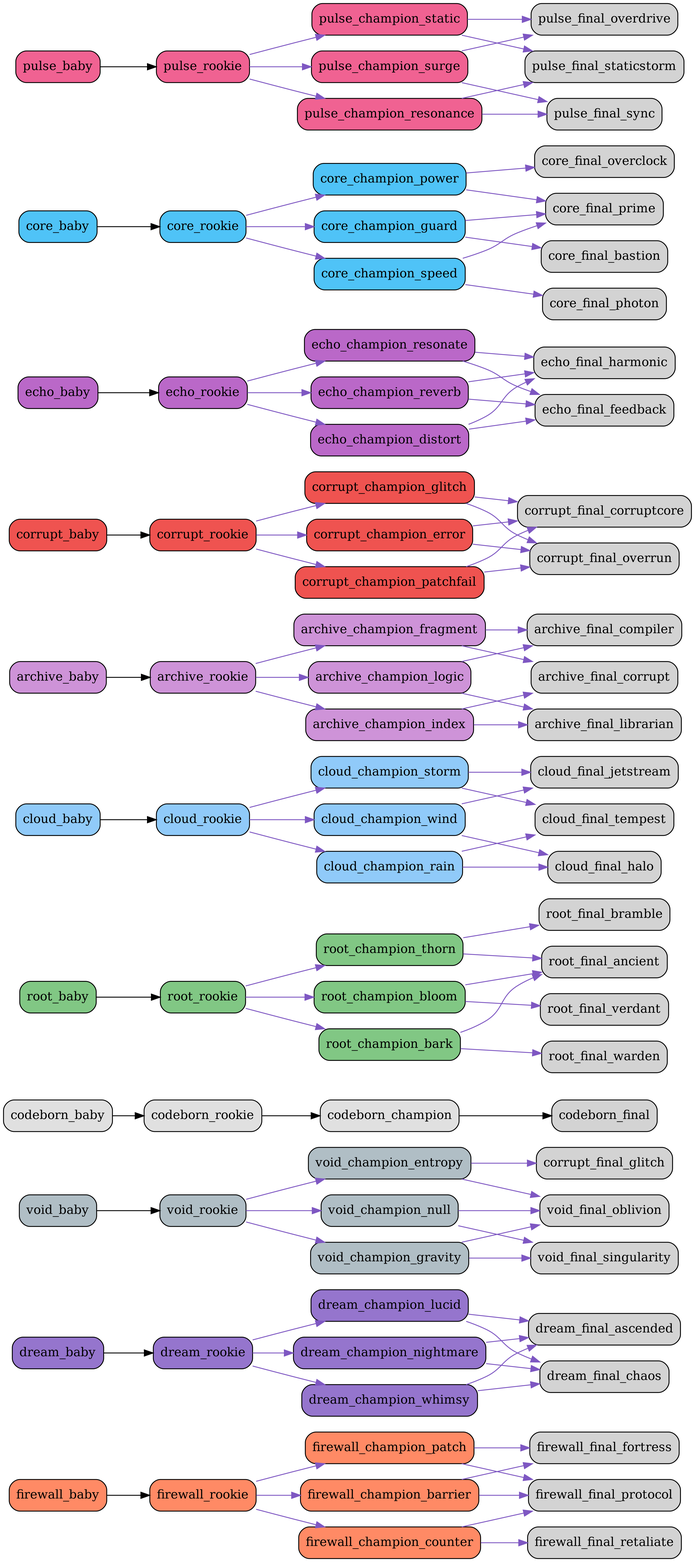
bwlight/NetGrid keeps this Graphviz diagram as src/netgrid/systems/evolution/graphs/full/evolution_graph.png. Above is the earlier version. Its source is kept beside it as src/netgrid/systems/evolution/graphs/full/evolution_graph.dot.
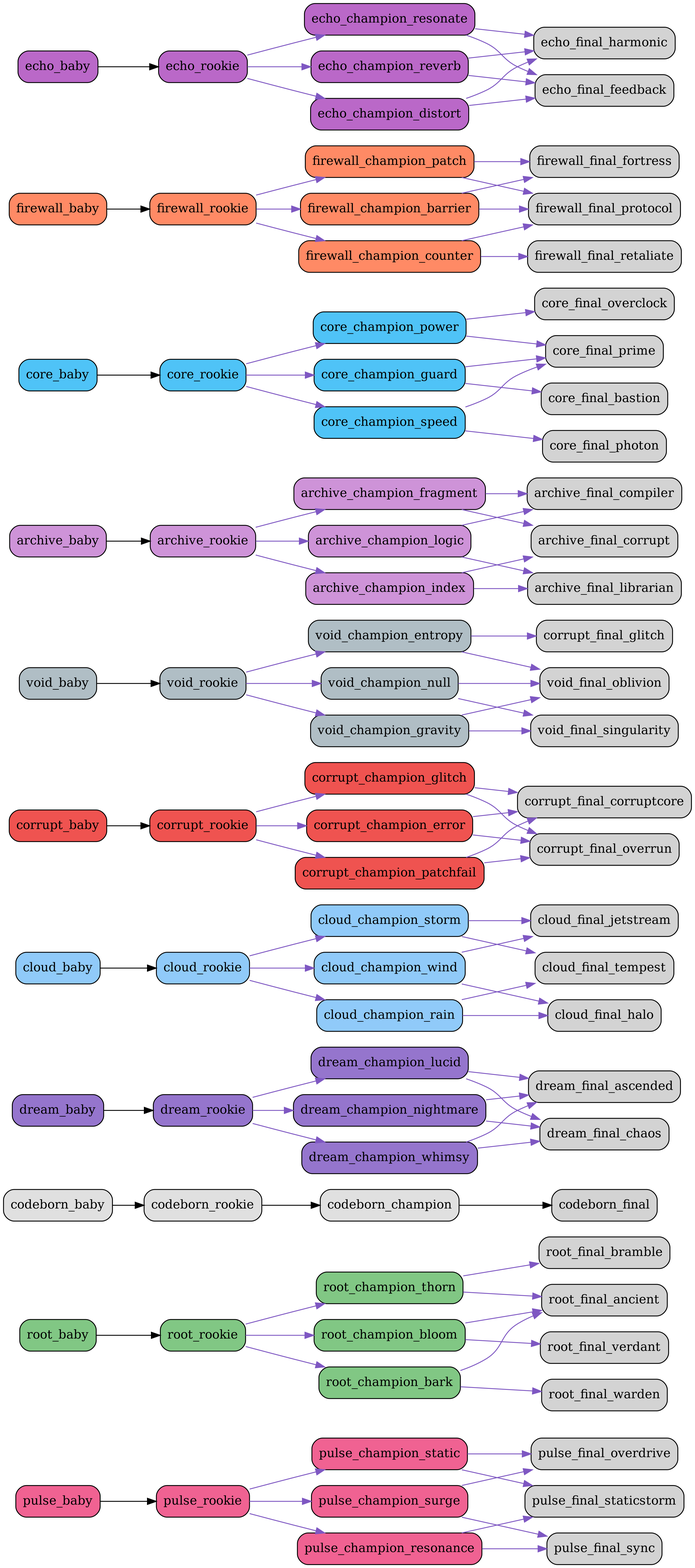
Later version of the same file.

Commit message:
Auto-update evolution graphs

Change to the diagram source:
```diff
@@ -1,6 +1,132 @@
 digraph EvolutionTree {
   rankdir=LR;
   node [shape=box, style="rounded,filled"];
+  "pulse_baby" [fillcolor="#f06292"];
+  "pulse_baby" -> "pulse_rookie";
+  "pulse_rookie" [fillcolor="#f06292"];
+  "pulse_rookie" -> "pulse_champion_surge" [color="#7e57c2"];
+  "pulse_rookie" -> "pulse_champion_resonance" [color="#7e57c2"];
+  "pulse_rookie" -> "pulse_champion_static" [color="#7e57c2"];
+  "pulse_champion_surge" [fillcolor="#f06292"];
+  "pulse_champion_surge" -> "pulse_final_overdrive" [color="#7e57c2"];
+  "pulse_champion_surge" -> "pulse_final_sync" [color="#7e57c2"];
+  "pulse_champion_resonance" [fillcolor="#f06292"];
+  "pulse_champion_resonance" -> "pulse_final_sync" [color="#7e57c2"];
+  "pulse_champion_resonance" -> "pulse_final_staticstorm" [color="#7e57c2"];
+  "pulse_champion_static" [fillcolor="#f06292"];
+  "pulse_champion_static" -> "pulse_final_staticstorm" [color="#7e57c2"];
+  "pulse_champion_static" -> "pulse_final_overdrive" [color="#7e57c2"];
+  "root_baby" [fillcolor="#81c784"];
+  "root_baby" -> "root_rookie";
+  "root_rookie" [fillcolor="#81c784"];
+  "root_rookie" -> "root_champion_thorn" [color="#7e57c2"];
+  "root_rookie" -> "root_champion_bloom" [color="#7e57c2"];
+  "root_rookie" -> "root_champion_bark" [color="#7e57c2"];
+  "root_champion_thorn" [fillcolor="#81c784"];
+  "root_champion_thorn" -> "root_final_bramble" [color="#7e57c2"];
+  "root_champion_thorn" -> "root_final_ancient" [color="#7e57c2"];
+  "root_champion_bloom" [fillcolor="#81c784"];
+  "root_champion_bloom" -> "root_final_ancient" [color="#7e57c2"];
+  "root_champion_bloom" -> "root_final_verdant" [color="#7e57c2"];
+  "root_champion_bark" [fillcolor="#81c784"];
+  "root_champion_bark" -> "root_final_warden" [color="#7e57c2"];
+  "root_champion_bark" -> "root_final_ancient" [color="#7e57c2"];
+  "codeborn_baby" [fillcolor="#e0e0e0"];
+  "codeborn_baby" -> "codeborn_rookie";
+  "codeborn_rookie" [fillcolor="#e0e0e0"];
+  "codeborn_rookie" -> "codeborn_champion";
+  "codeborn_champion" [fillcolor="#e0e0e0"];
+  "codeborn_champion" -> "codeborn_final";
+  "dream_baby" [fillcolor="#9575cd"];
+  "dream_baby" -> "dream_rookie";
+  "dream_rookie" [fillcolor="#9575cd"];
+  "dream_rookie" -> "dream_champion_lucid" [color="#7e57c2"];
+  "dream_rookie" -> "dream_champion_nightmare" [color="#7e57c2"];
+  "dream_rookie" -> "dream_champion_whimsy" [color="#7e57c2"];
+  "dream_champion_lucid" [fillcolor="#9575cd"];
+  "dream_champion_lucid" -> "dream_final_ascended" [color="#7e57c2"];
+  "dream_champion_lucid" -> "dream_final_chaos" [color="#7e57c2"];
+  "dream_champion_nightmare" [fillcolor="#9575cd"];
+  "dream_champion_nightmare" -> "dream_final_chaos" [color="#7e57c2"];
+  "dream_champion_nightmare" -> "dream_final_ascended" [color="#7e57c2"];
+  "dream_champion_whimsy" [fillcolor="#9575cd"];
+  "dream_champion_whimsy" -> "dream_final_ascended" [color="#7e57c2"];
+  "dream_champion_whimsy" -> "dream_final_chaos" [color="#7e57c2"];
+  "cloud_baby" [fillcolor="#90caf9"];
+  "cloud_baby" -> "cloud_rookie";
+  "cloud_rookie" [fillcolor="#90caf9"];
+  "cloud_rookie" -> "cloud_champion_wind" [color="#7e57c2"];
+  "cloud_rookie" -> "cloud_champion_rain" [color="#7e57c2"];
+  "cloud_rookie" -> "cloud_champion_storm" [color="#7e57c2"];
+  "cloud_champion_wind" [fillcolor="#90caf9"];
+  "cloud_champion_wind" -> "cloud_final_jetstream" [color="#7e57c2"];
+  "cloud_champion_wind" -> "cloud_final_halo" [color="#7e57c2"];
+  "cloud_champion_rain" [fillcolor="#90caf9"];
+  "cloud_champion_rain" -> "cloud_final_halo" [color="#7e57c2"];
+  "cloud_champion_rain" -> "cloud_final_tempest" [color="#7e57c2"];
+  "cloud_champion_storm" [fillcolor="#90caf9"];
+  "cloud_champion_storm" -> "cloud_final_tempest" [color="#7e57c2"];
+  "cloud_champion_storm" -> "cloud_final_jetstream" [color="#7e57c2"];
+  "corrupt_baby" [fillcolor="#ef5350"];
+  "corrupt_baby" -> "corrupt_rookie";
+  "corrupt_rookie" [fillcolor="#ef5350"];
+  "corrupt_rookie" -> "corrupt_champion_glitch" [color="#7e57c2"];
+  "corrupt_rookie" -> "corrupt_champion_error" [color="#7e57c2"];
+  "corrupt_rookie" -> "corrupt_champion_patchfail" [color="#7e57c2"];
+  "corrupt_champion_glitch" [fillcolor="#ef5350"];
+  "corrupt_champion_glitch" -> "corrupt_final_corruptcore" [color="#7e57c2"];
+  "corrupt_champion_glitch" -> "corrupt_final_overrun" [color="#7e57c2"];
+  "corrupt_champion_error" [fillcolor="#ef5350"];
+  "corrupt_champion_error" -> "corrupt_final_overrun" [color="#7e57c2"];
+  "corrupt_champion_error" -> "corrupt_final_corruptcore" [color="#7e57c2"];
+  "corrupt_champion_patchfail" [fillcolor="#ef5350"];
+  "corrupt_champion_patchfail" -> "corrupt_final_corruptcore" [color="#7e57c2"];
+  "corrupt_champion_patchfail" -> "corrupt_final_overrun" [color="#7e57c2"];
+  "void_baby" [fillcolor="#b0bec5"];
+  "void_baby" -> "void_rookie";
+  "void_rookie" [fillcolor="#b0bec5"];
+  "void_rookie" -> "void_champion_entropy" [color="#7e57c2"];
+  "void_rookie" -> "void_champion_gravity" [color="#7e57c2"];
+  "void_rookie" -> "void_champion_null" [color="#7e57c2"];
+  "void_champion_entropy" [fillcolor="#b0bec5"];
+  "void_champion_entropy" -> "corrupt_final_glitch" [color="#7e57c2"];
+  "void_champion_entropy" -> "void_final_oblivion" [color="#7e57c2"];
+  "void_champion_gravity" [fillcolor="#b0bec5"];
+  "void_champion_gravity" -> "void_final_singularity" [color="#7e57c2"];
+  "void_champion_gravity" -> "void_final_oblivion" [color="#7e57c2"];
+  "void_champion_null" [fillcolor="#b0bec5"];
+  "void_champion_null" -> "void_final_oblivion" [color="#7e57c2"];
+  "void_champion_null" -> "void_final_singularity" [color="#7e57c2"];
+  "archive_baby" [fillcolor="#ce93d8"];
+  "archive_baby" -> "archive_rookie";
+  "archive_rookie" [fillcolor="#ce93d8"];
+  "archive_rookie" -> "archive_champion_logic" [color="#7e57c2"];
+  "archive_rookie" -> "archive_champion_index" [color="#7e57c2"];
+  "archive_rookie" -> "archive_champion_fragment" [color="#7e57c2"];
+  "archive_champion_logic" [fillcolor="#ce93d8"];
+  "archive_champion_logic" -> "archive_final_compiler" [color="#7e57c2"];
+  "archive_champion_logic" -> "archive_final_librarian" [color="#7e57c2"];
+  "archive_champion_index" [fillcolor="#ce93d8"];
+  "archive_champion_index" -> "archive_final_librarian" [color="#7e57c2"];
+  "archive_champion_index" -> "archive_final_corrupt" [color="#7e57c2"];
+  "archive_champion_fragment" [fillcolor="#ce93d8"];
+  "archive_champion_fragment" -> "archive_final_corrupt" [color="#7e57c2"];
+  "archive_champion_fragment" -> "archive_final_compiler" [color="#7e57c2"];
+  "core_baby" [fillcolor="#4fc3f7"];
+  "core_baby" -> "core_rookie";
+  "core_rookie" [fillcolor="#4fc3f7"];
+  "core_rookie" -> "core_champion_power" [color="#7e57c2"];
+  "core_rookie" -> "core_champion_guard" [color="#7e57c2"];
+  "core_rookie" -> "core_champion_speed" [color="#7e57c2"];
+  "core_champion_power" [fillcolor="#4fc3f7"];
+  "core_champion_power" -> "core_final_overclock" [color="#7e57c2"];
+  "core_champion_power" -> "core_final_prime" [color="#7e57c2"];
+  "core_champion_guard" [fillcolor="#4fc3f7"];
+  "core_champion_guard" -> "core_final_bastion" [color="#7e57c2"];
+  "core_champion_guard" -> "core_final_prime" [color="#7e57c2"];
+  "core_champion_speed" [fillcolor="#4fc3f7"];
+  "core_champion_speed" -> "core_final_photon" [color="#7e57c2"];
+  "core_champion_speed" -> "core_final_prime" [color="#7e57c2"];
   "firewall_baby" [fillcolor="#ff8a65"];
   "firewall_baby" -> "firewall_rookie";
   "firewall_rookie" [fillcolor="#ff8a65"];
@@ -16,102 +142,6 @@
   "firewall_champion_patch" [fillcolor="#ff8a65"];
   "firewall_champion_patch" -> "firewall_final_protocol" [color="#7e57c2"];
   "firewall_champion_patch" -> "firewall_final_fortress" [color="#7e57c2"];
-  "dream_baby" [fillcolor="#9575cd"];
-  "dream_baby" -> "dream_rookie";
-  "dream_rookie" [fillcolor="#9575cd"];
-  "dream_rookie" -> "dream_champion_lucid" [color="#7e57c2"];
-  "dream_rookie" -> "dream_champion_nightmare" [color="#7e57c2"];
-  "dream_rookie" -> "dream_champion_whimsy" [color="#7e57c2"];
-  "dream_champion_lucid" [fillcolor="#9575cd"];
-  "dream_champion_lucid" -> "dream_final_ascended" [color="#7e57c2"];
-  "dream_champion_lucid" -> "dream_final_chaos" [color="#7e57c2"];
-  "dream_champion_nightmare" [fillcolor="#9575cd"];
-  "dream_champion_nightmare" -> "dream_final_chaos" [color="#7e57c2"];
-  "dream_champion_nightmare" -> "dream_final_ascended" [color="#7e57c2"];
-  "dream_champion_whimsy" [fillcolor="#9575cd"];
-  "dream_champion_whimsy" -> "dream_final_ascended" [color="#7e57c2"];
-  "dream_champion_whimsy" -> "dream_final_chaos" [color="#7e57c2"];
-  "void_baby" [fillcolor="#b0bec5"];
-  "void_baby" -> "void_rookie";
-  "void_rookie" [fillcolor="#b0bec5"];
-  "void_rookie" -> "void_champion_entropy" [color="#7e57c2"];
-  "void_rookie" -> "void_champion_gravity" [color="#7e57c2"];
-  "void_rookie" -> "void_champion_null" [color="#7e57c2"];
-  "void_champion_entropy" [fillcolor="#b0bec5"];
-  "void_champion_entropy" -> "corrupt_final_glitch" [color="#7e57c2"];
-  "void_champion_entropy" -> "void_final_oblivion" [color="#7e57c2"];
-  "void_champion_gravity" [fillcolor="#b0bec5"];
-  "void_champion_gravity" -> "void_final_singularity" [color="#7e57c2"];
-  "void_champion_gravity" -> "void_final_oblivion" [color="#7e57c2"];
-  "void_champion_null" [fillcolor="#b0bec5"];
-  "void_champion_null" -> "void_final_oblivion" [color="#7e57c2"];
-  "void_champion_null" -> "void_final_singularity" [color="#7e57c2"];
-  "codeborn_baby" [fillcolor="#e0e0e0"];
-  "codeborn_baby" -> "codeborn_rookie";
-  "codeborn_rookie" [fillcolor="#e0e0e0"];
-  "codeborn_rookie" -> "codeborn_champion";
-  "codeborn_champion" [fillcolor="#e0e0e0"];
-  "codeborn_champion" -> "codeborn_final";
-  "root_baby" [fillcolor="#81c784"];
-  "root_baby" -> "root_rookie";
-  "root_rookie" [fillcolor="#81c784"];
-  "root_rookie" -> "root_champion_thorn" [color="#7e57c2"];
-  "root_rookie" -> "root_champion_bloom" [color="#7e57c2"];
-  "root_rookie" -> "root_champion_bark" [color="#7e57c2"];
-  "root_champion_thorn" [fillcolor="#81c784"];
-  "root_champion_thorn" -> "root_final_bramble" [color="#7e57c2"];
-  "root_champion_thorn" -> "root_final_ancient" [color="#7e57c2"];
-  "root_champion_bloom" [fillcolor="#81c784"];
-  "root_champion_bloom" -> "root_final_ancient" [color="#7e57c2"];
-  "root_champion_bloom" -> "root_final_verdant" [color="#7e57c2"];
-  "root_champion_bark" [fillcolor="#81c784"];
-  "root_champion_bark" -> "root_final_warden" [color="#7e57c2"];
-  "root_champion_bark" -> "root_final_ancient" [color="#7e57c2"];
-  "cloud_baby" [fillcolor="#90caf9"];
-  "cloud_baby" -> "cloud_rookie";
-  "cloud_rookie" [fillcolor="#90caf9"];
-  "cloud_rookie" -> "cloud_champion_wind" [color="#7e57c2"];
-  "cloud_rookie" -> "cloud_champion_rain" [color="#7e57c2"];
-  "cloud_rookie" -> "cloud_champion_storm" [color="#7e57c2"];
-  "cloud_champion_wind" [fillcolor="#90caf9"];
-  "cloud_champion_wind" -> "cloud_final_jetstream" [color="#7e57c2"];
-  "cloud_champion_wind" -> "cloud_final_halo" [color="#7e57c2"];
-  "cloud_champion_rain" [fillcolor="#90caf9"];
-  "cloud_champion_rain" -> "cloud_final_halo" [color="#7e57c2"];
-  "cloud_champion_rain" -> "cloud_final_tempest" [color="#7e57c2"];
-  "cloud_champion_storm" [fillcolor="#90caf9"];
-  "cloud_champion_storm" -> "cloud_final_tempest" [color="#7e57c2"];
-  "cloud_champion_storm" -> "cloud_final_jetstream" [color="#7e57c2"];
-  "archive_baby" [fillcolor="#ce93d8"];
-  "archive_baby" -> "archive_rookie";
-  "archive_rookie" [fillcolor="#ce93d8"];
-  "archive_rookie" -> "archive_champion_logic" [color="#7e57c2"];
-  "archive_rookie" -> "archive_champion_index" [color="#7e57c2"];
-  "archive_rookie" -> "archive_champion_fragment" [color="#7e57c2"];
-  "archive_champion_logic" [fillcolor="#ce93d8"];
-  "archive_champion_logic" -> "archive_final_compiler" [color="#7e57c2"];
-  "archive_champion_logic" -> "archive_final_librarian" [color="#7e57c2"];
-  "archive_champion_index" [fillcolor="#ce93d8"];
-  "archive_champion_index" -> "archive_final_librarian" [color="#7e57c2"];
-  "archive_champion_index" -> "archive_final_corrupt" [color="#7e57c2"];
-  "archive_champion_fragment" [fillcolor="#ce93d8"];
-  "archive_champion_fragment" -> "archive_final_corrupt" [color="#7e57c2"];
-  "archive_champion_fragment" -> "archive_final_compiler" [color="#7e57c2"];
-  "corrupt_baby" [fillcolor="#ef5350"];
-  "corrupt_baby" -> "corrupt_rookie";
-  "corrupt_rookie" [fillcolor="#ef5350"];
-  "corrupt_rookie" -> "corrupt_champion_glitch" [color="#7e57c2"];
-  "corrupt_rookie" -> "corrupt_champion_error" [color="#7e57c2"];
-  "corrupt_rookie" -> "corrupt_champion_patchfail" [color="#7e57c2"];
-  "corrupt_champion_glitch" [fillcolor="#ef5350"];
-  "corrupt_champion_glitch" -> "corrupt_final_corruptcore" [color="#7e57c2"];
-  "corrupt_champion_glitch" -> "corrupt_final_overrun" [color="#7e57c2"];
-  "corrupt_champion_error" [fillcolor="#ef5350"];
-  "corrupt_champion_error" -> "corrupt_final_overrun" [color="#7e57c2"];
-  "corrupt_champion_error" -> "corrupt_final_corruptcore" [color="#7e57c2"];
-  "corrupt_champion_patchfail" [fillcolor="#ef5350"];
-  "corrupt_champion_patchfail" -> "corrupt_final_corruptcore" [color="#7e57c2"];
-  "corrupt_champion_patchfail" -> "corrupt_final_overrun" [color="#7e57c2"];
   "echo_baby" [fillcolor="#ba68c8"];
   "echo_baby" -> "echo_rookie";
   "echo_rookie" [fillcolor="#ba68c8"];
@@ -127,34 +157,4 @@
   "echo_champion_distort" [fillcolor="#ba68c8"];
   "echo_champion_distort" -> "echo_final_feedback" [color="#7e57c2"];
   "echo_champion_distort" -> "echo_final_harmonic" [color="#7e57c2"];
-  "core_baby" [fillcolor="#4fc3f7"];
-  "core_baby" -> "core_rookie";
-  "core_rookie" [fillcolor="#4fc3f7"];
-  "core_rookie" -> "core_champion_power" [color="#7e57c2"];
-  "core_rookie" -> "core_champion_guard" [color="#7e57c2"];
-  "core_rookie" -> "core_champion_speed" [color="#7e57c2"];
-  "core_champion_power" [fillcolor="#4fc3f7"];
-  "core_champion_power" -> "core_final_overclock" [color="#7e57c2"];
-  "core_champion_power" -> "core_final_prime" [color="#7e57c2"];
-  "core_champion_guard" [fillcolor="#4fc3f7"];
-  "core_champion_guard" -> "core_final_bastion" [color="#7e57c2"];
-  "core_champion_guard" -> "core_final_prime" [color="#7e57c2"];
-  "core_champion_speed" [fillcolor="#4fc3f7"];
-  "core_champion_speed" -> "core_final_photon" [color="#7e57c2"];
-  "core_champion_speed" -> "core_final_prime" [color="#7e57c2"];
-  "pulse_baby" [fillcolor="#f06292"];
-  "pulse_baby" -> "pulse_rookie";
-  "pulse_rookie" [fillcolor="#f06292"];
-  "pulse_rookie" -> "pulse_champion_surge" [color="#7e57c2"];
-  "pulse_rookie" -> "pulse_champion_resonance" [color="#7e57c2"];
-  "pulse_rookie" -> "pulse_champion_static" [color="#7e57c2"];
-  "pulse_champion_surge" [fillcolor="#f06292"];
-  "pulse_champion_surge" -> "pulse_final_overdrive" [color="#7e57c2"];
-  "pulse_champion_surge" -> "pulse_final_sync" [color="#7e57c2"];
-  "pulse_champion_resonance" [fillcolor="#f06292"];
-  "pulse_champion_resonance" -> "pulse_final_sync" [color="#7e57c2"];
-  "pulse_champion_resonance" -> "pulse_final_staticstorm" [color="#7e57c2"];
-  "pulse_champion_static" [fillcolor="#f06292"];
-  "pulse_champion_static" -> "pulse_final_staticstorm" [color="#7e57c2"];
-  "pulse_champion_static" -> "pulse_final_overdrive" [color="#7e57c2"];
 }
```
